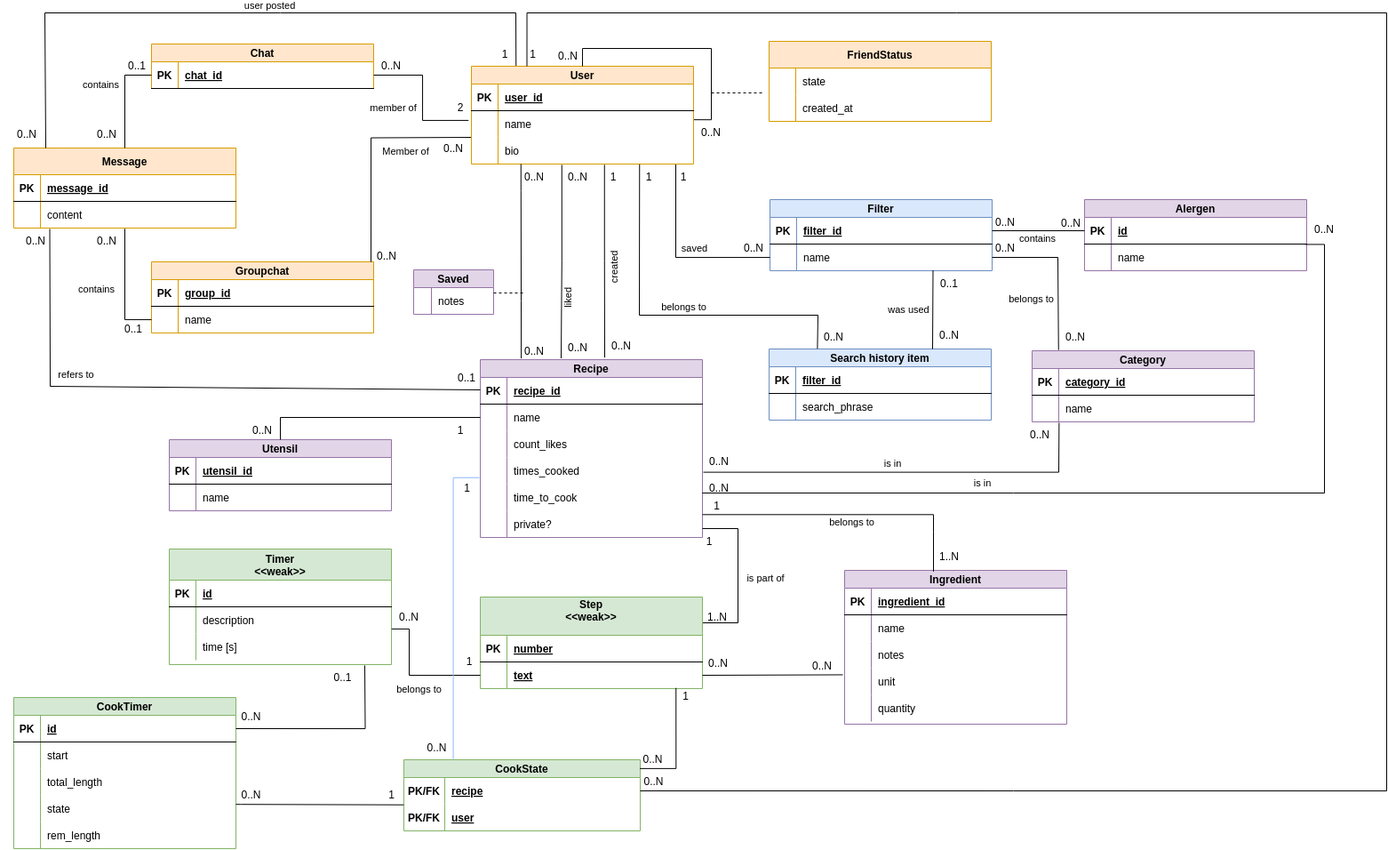
Above: docs/images/itu_erd.drawio.png in 0xKalasi/ITU24 (draw.io), before the change. Source tidied: cells renumbered, new cells last; positions are measured from the earlier drawing's top-left corner, leaving out a move shared by most shapes.
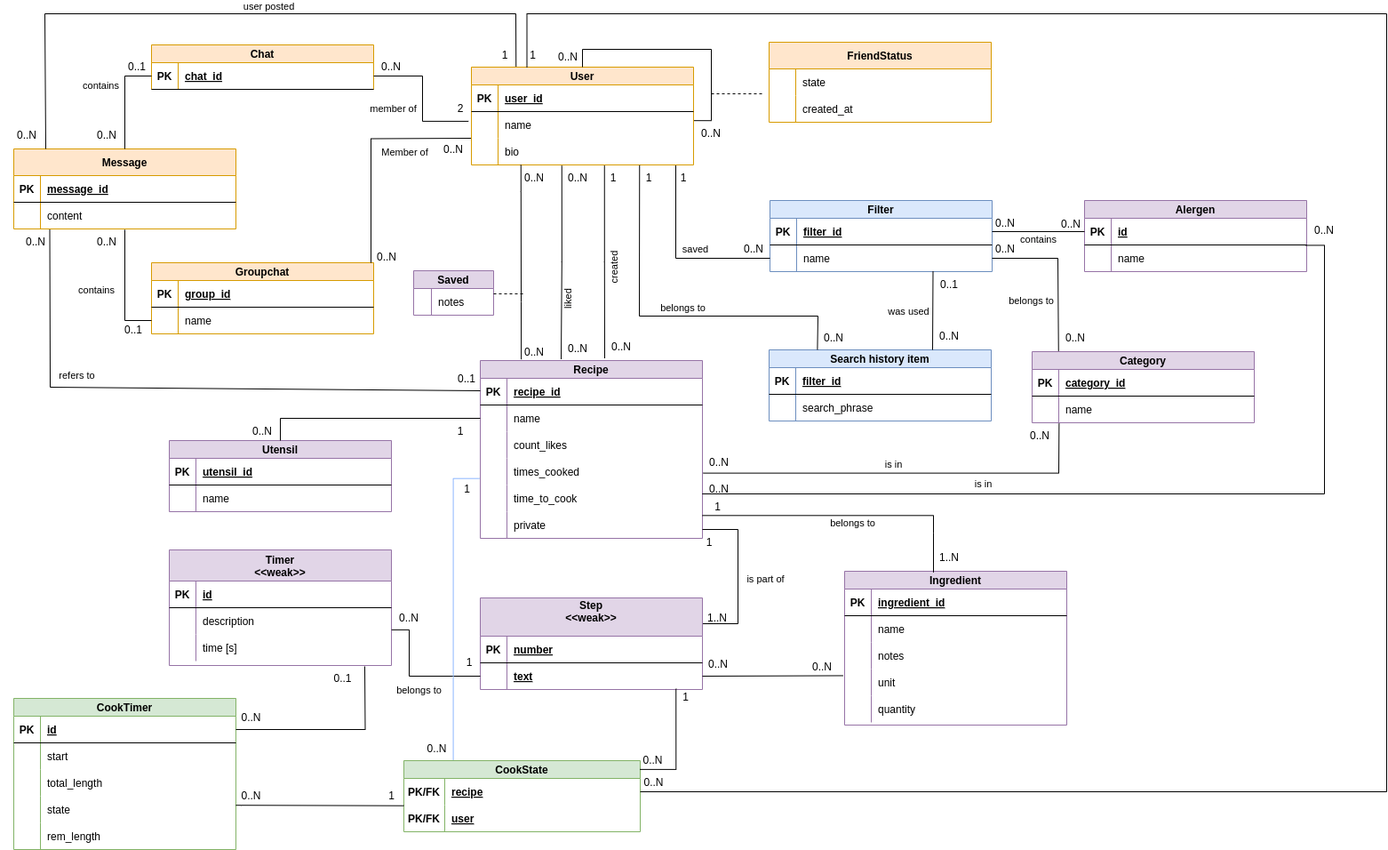
After the change.

Commit message:
docs: idk what did we even do... I guess correction of formal issues

Change to the diagram source:
```diff
@@ -35,7 +35,7 @@
     <mxCell id="12" style="edgeStyle=orthogonalEdgeStyle;rounded=0;jettySize=auto;html=1;entryX=0.5;entryY=0;entryDx=0;entryDy=0;endArrow=none;endFill=0;exitX=1.002;exitY=0.339;exitDx=0;exitDy=0;exitPerimeter=0;" parent="2" edge="1" source="6" target="2">
       <mxGeometry relative="1" as="geometry" />
     </mxCell>
-    <mxCell id="13" value="Recipe" style="shape=table;startSize=20;rowLines=0;fontStyle=1;align=center;fillColor=#e1d5e7;strokeColor=#9673a6;" parent="1" vertex="1">
+    <mxCell id="13" value="Recipe" style="shape=table;startSize=20;rowLines=0;fontStyle=1;align=center;fillColor=#e1d5e7;strokeColor=#9673A6;" parent="1" vertex="1">
       <mxGeometry x="540" y="390" width="250" height="200" as="geometry" />
     </mxCell>
     <mxCell id="14" style="shape=partialRectangle;fillColor=none;top=0;left=0;right=0;bottom=1;" parent="13" vertex="1">
@@ -89,7 +89,7 @@
     <mxCell id="30" style="shape=partialRectangle;overflow=hidden;fillColor=none;top=0;left=0;bottom=0;right=0;" parent="29" vertex="1">
       <mxGeometry width="30" height="30" as="geometry" />
     </mxCell>
-    <mxCell id="31" value="private?" style="shape=partialRectangle;overflow=hidden;fillColor=none;top=0;left=0;bottom=0;right=0;align=left;spacingLeft=6;" parent="29" vertex="1">
+    <mxCell id="31" value="private" style="shape=partialRectangle;overflow=hidden;fillColor=none;top=0;left=0;bottom=0;right=0;align=left;spacingLeft=6;" parent="29" vertex="1">
       <mxGeometry x="30" width="220" height="30" as="geometry" />
     </mxCell>
     <mxCell id="32" value="Chat" style="shape=table;startSize=20;rowLines=0;fontStyle=1;align=center;fillColor=#ffe6cc;strokeColor=#d79b00;" parent="1" vertex="1">
@@ -142,7 +142,7 @@
         <mxPoint x="30" y="14" as="offset" />
       </mxGeometry>
     </mxCell>
-    <mxCell id="45" value="Step&#10;&lt;&lt;weak&gt;&gt;&#10;" style="shape=table;startSize=43;rowLines=0;fontStyle=1;align=center;fillColor=#d5e8d4;strokeColor=#82b366;" parent="1" vertex="1">
+    <mxCell id="45" value="Step&#10;&lt;&lt;weak&gt;&gt;&#10;" style="shape=table;startSize=43;rowLines=0;fontStyle=1;align=center;fillColor=#E1D5E7;strokeColor=#9673A6;" parent="1" vertex="1">
       <mxGeometry x="540" y="657" width="250" height="103" as="geometry" />
     </mxCell>
     <mxCell id="46" style="shape=partialRectangle;fillColor=none;top=0;left=0;right=0;bottom=1;" parent="45" vertex="1">
@@ -337,7 +337,7 @@
     <mxCell id="101" value="1..N" style="text;html=1;align=center;verticalAlign=middle;whiteSpace=wrap;rounded=0;" parent="1" vertex="1">
       <mxGeometry x="777" y="665" width="60" height="30" as="geometry" />
     </mxCell>
-    <mxCell id="102" value="Timer&#10;&lt;&lt;weak&gt;&gt;" style="shape=table;startSize=35;rowLines=0;fontStyle=1;align=center;fillColor=#d5e8d4;strokeColor=#82b366;" parent="1" vertex="1">
+    <mxCell id="102" value="Timer&#10;&lt;&lt;weak&gt;&gt;" style="shape=table;startSize=35;rowLines=0;fontStyle=1;align=center;fillColor=#E1D5E7;strokeColor=#9673A6;" parent="1" vertex="1">
       <mxGeometry x="190" y="603" width="250" height="130" as="geometry" />
     </mxCell>
     <mxCell id="103" style="shape=partialRectangle;fillColor=none;top=0;left=0;right=0;bottom=1;" parent="102" vertex="1">
```
